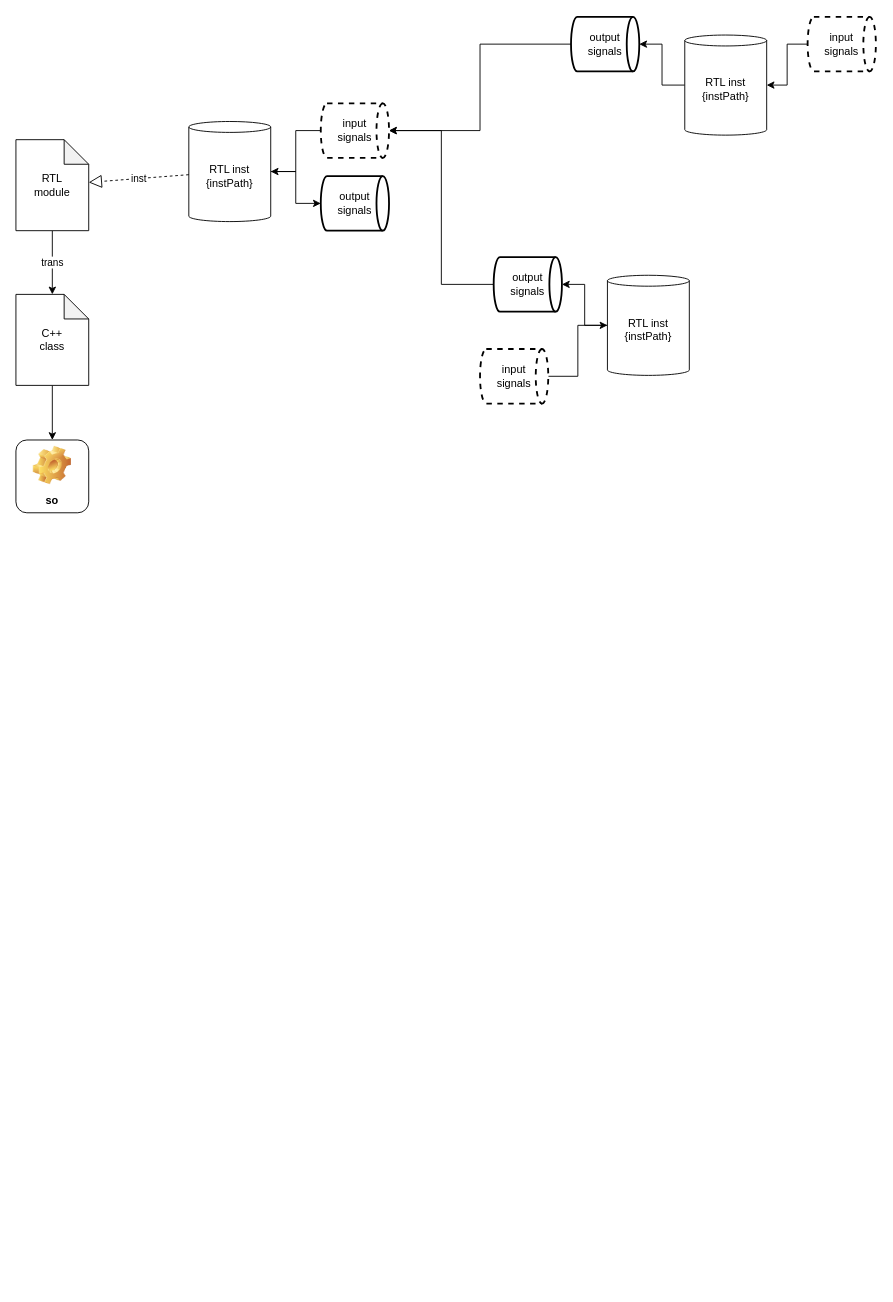
Before: page "第 2 页" (2 of 2) of zolon_schedule.drawio in Dercury/CLDK, a draw.io diagram. Source tidied: cells renumbered, new cells numbered last; positions are measured from the earlier drawing's top-left corner, leaving out a move shared by most shapes. Both pictures are drawn from the tidied source at 91%, with x=0, y=0 at pixel (15, 16).
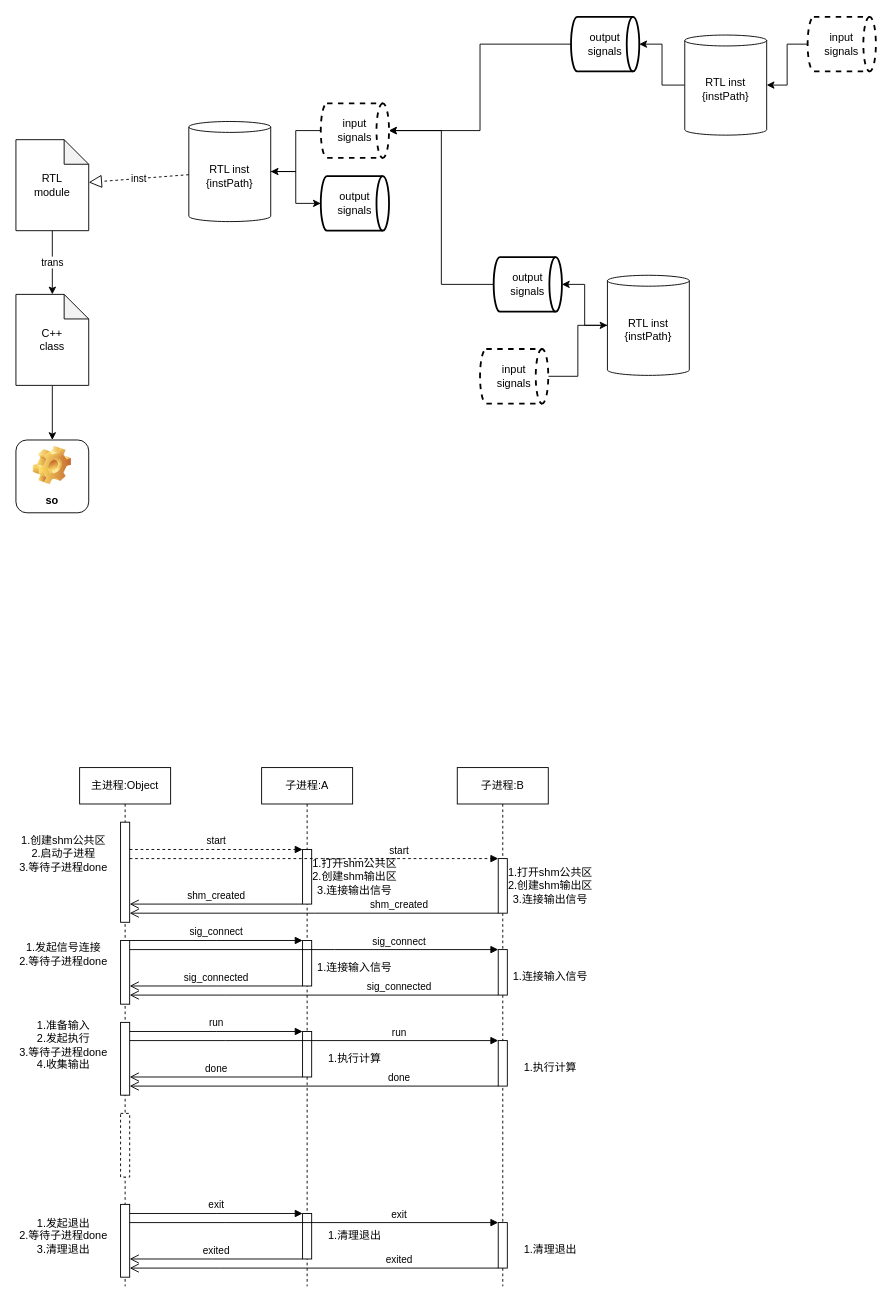
After the change.

Change to the diagram source:
```diff
@@
+    <mxCell id="25" value="主进程:Object" style="shape=umlLifeline;perimeter=lifelinePerimeter;whiteSpace=wrap;html=1;newEdgeStyle={&quot;edgeStyle&quot;:&quot;elbowEdgeStyle&quot;,&quot;elbow&quot;:&quot;vertical&quot;,&quot;curved&quot;:0,&quot;rounded&quot;:0};" parent="1" vertex="1">
+      <mxGeometry x="70" y="825" width="100" height="570" as="geometry" />
+    </mxCell>
+    <mxCell id="26" style="html=1;points=[];perimeter=orthogonalPerimeter;outlineConnect=0;targetShapes=umlLifeline;portConstraint=eastwest;newEdgeStyle={&quot;edgeStyle&quot;:&quot;elbowEdgeStyle&quot;,&quot;elbow&quot;:&quot;vertical&quot;,&quot;curved&quot;:0,&quot;rounded&quot;:0};" parent="25" vertex="1">
+      <mxGeometry x="45" y="60" width="10" height="110" as="geometry" />
+    </mxCell>
+    <mxCell id="27" style="html=1;points=[];perimeter=orthogonalPerimeter;outlineConnect=0;targetShapes=umlLifeline;portConstraint=eastwest;newEdgeStyle={&quot;edgeStyle&quot;:&quot;elbowEdgeStyle&quot;,&quot;elbow&quot;:&quot;vertical&quot;,&quot;curved&quot;:0,&quot;rounded&quot;:0};" parent="25" vertex="1">
+      <mxGeometry x="45" y="190" width="10" height="70" as="geometry" />
+    </mxCell>
+    <mxCell id="28" style="html=1;points=[];perimeter=orthogonalPerimeter;outlineConnect=0;targetShapes=umlLifeline;portConstraint=eastwest;newEdgeStyle={&quot;edgeStyle&quot;:&quot;elbowEdgeStyle&quot;,&quot;elbow&quot;:&quot;vertical&quot;,&quot;curved&quot;:0,&quot;rounded&quot;:0};" parent="25" vertex="1">
+      <mxGeometry x="45" y="280" width="10" height="80" as="geometry" />
+    </mxCell>
+    <mxCell id="29" style="html=1;perimeter=orthogonalPerimeter;targetShapes=umlLifeline;newEdgeStyle={&quot;edgeStyle&quot;:&quot;elbowEdgeStyle&quot;,&quot;elbow&quot;:&quot;vertical&quot;,&quot;curved&quot;:0,&quot;rounded&quot;:0};dashed=1;" parent="25" vertex="1">
+      <mxGeometry x="45" y="380" width="10" height="70" as="geometry" />
+    </mxCell>
+    <mxCell id="30" style="html=1;points=[];perimeter=orthogonalPerimeter;outlineConnect=0;targetShapes=umlLifeline;portConstraint=eastwest;newEdgeStyle={&quot;edgeStyle&quot;:&quot;elbowEdgeStyle&quot;,&quot;elbow&quot;:&quot;vertical&quot;,&quot;curved&quot;:0,&quot;rounded&quot;:0};" parent="25" vertex="1">
+      <mxGeometry x="45" y="480" width="10" height="80" as="geometry" />
+    </mxCell>
+    <mxCell id="31" value="子进程:A" style="shape=umlLifeline;perimeter=lifelinePerimeter;whiteSpace=wrap;html=1;newEdgeStyle={&quot;edgeStyle&quot;:&quot;elbowEdgeStyle&quot;,&quot;elbow&quot;:&quot;vertical&quot;,&quot;curved&quot;:0,&quot;rounded&quot;:0};" parent="1" vertex="1">
+      <mxGeometry x="270" y="825" width="100" height="570" as="geometry" />
+    </mxCell>
+    <mxCell id="32" style="html=1;points=[];perimeter=orthogonalPerimeter;outlineConnect=0;targetShapes=umlLifeline;portConstraint=eastwest;newEdgeStyle={&quot;edgeStyle&quot;:&quot;elbowEdgeStyle&quot;,&quot;elbow&quot;:&quot;vertical&quot;,&quot;curved&quot;:0,&quot;rounded&quot;:0};" parent="31" vertex="1">
+      <mxGeometry x="45" y="90" width="10" height="60" as="geometry" />
+    </mxCell>
+    <mxCell id="33" style="html=1;points=[];perimeter=orthogonalPerimeter;outlineConnect=0;targetShapes=umlLifeline;portConstraint=eastwest;newEdgeStyle={&quot;edgeStyle&quot;:&quot;elbowEdgeStyle&quot;,&quot;elbow&quot;:&quot;vertical&quot;,&quot;curved&quot;:0,&quot;rounded&quot;:0};" parent="31" vertex="1">
+      <mxGeometry x="45" y="190" width="10" height="50" as="geometry" />
+    </mxCell>
+    <mxCell id="34" style="html=1;points=[];perimeter=orthogonalPerimeter;outlineConnect=0;targetShapes=umlLifeline;portConstraint=eastwest;newEdgeStyle={&quot;edgeStyle&quot;:&quot;elbowEdgeStyle&quot;,&quot;elbow&quot;:&quot;vertical&quot;,&quot;curved&quot;:0,&quot;rounded&quot;:0};" parent="31" vertex="1">
+      <mxGeometry x="45" y="290" width="10" height="50" as="geometry" />
+    </mxCell>
+    <mxCell id="35" style="html=1;points=[];perimeter=orthogonalPerimeter;outlineConnect=0;targetShapes=umlLifeline;portConstraint=eastwest;newEdgeStyle={&quot;edgeStyle&quot;:&quot;elbowEdgeStyle&quot;,&quot;elbow&quot;:&quot;vertical&quot;,&quot;curved&quot;:0,&quot;rounded&quot;:0};" parent="31" vertex="1">
+      <mxGeometry x="45" y="490" width="10" height="50" as="geometry" />
+    </mxCell>
+    <mxCell id="36" value="子进程:B" style="shape=umlLifeline;perimeter=lifelinePerimeter;whiteSpace=wrap;html=1;newEdgeStyle={&quot;edgeStyle&quot;:&quot;elbowEdgeStyle&quot;,&quot;elbow&quot;:&quot;vertical&quot;,&quot;curved&quot;:0,&quot;rounded&quot;:0};" parent="1" vertex="1">
+      <mxGeometry x="485" y="825" width="100" height="570" as="geometry" />
+    </mxCell>
+    <mxCell id="37" style="html=1;points=[];perimeter=orthogonalPerimeter;outlineConnect=0;targetShapes=umlLifeline;portConstraint=eastwest;newEdgeStyle={&quot;edgeStyle&quot;:&quot;elbowEdgeStyle&quot;,&quot;elbow&quot;:&quot;vertical&quot;,&quot;curved&quot;:0,&quot;rounded&quot;:0};" parent="36" vertex="1">
+      <mxGeometry x="45" y="100" width="10" height="60" as="geometry" />
+    </mxCell>
+    <mxCell id="38" style="html=1;points=[];perimeter=orthogonalPerimeter;outlineConnect=0;targetShapes=umlLifeline;portConstraint=eastwest;newEdgeStyle={&quot;edgeStyle&quot;:&quot;elbowEdgeStyle&quot;,&quot;elbow&quot;:&quot;vertical&quot;,&quot;curved&quot;:0,&quot;rounded&quot;:0};" parent="36" vertex="1">
+      <mxGeometry x="45" y="200" width="10" height="50" as="geometry" />
+    </mxCell>
+    <mxCell id="39" style="html=1;points=[];perimeter=orthogonalPerimeter;outlineConnect=0;targetShapes=umlLifeline;portConstraint=eastwest;newEdgeStyle={&quot;edgeStyle&quot;:&quot;elbowEdgeStyle&quot;,&quot;elbow&quot;:&quot;vertical&quot;,&quot;curved&quot;:0,&quot;rounded&quot;:0};" parent="36" vertex="1">
+      <mxGeometry x="45" y="300" width="10" height="50" as="geometry" />
+    </mxCell>
+    <mxCell id="40" style="html=1;points=[];perimeter=orthogonalPerimeter;outlineConnect=0;targetShapes=umlLifeline;portConstraint=eastwest;newEdgeStyle={&quot;edgeStyle&quot;:&quot;elbowEdgeStyle&quot;,&quot;elbow&quot;:&quot;vertical&quot;,&quot;curved&quot;:0,&quot;rounded&quot;:0};" parent="36" vertex="1">
+      <mxGeometry x="45" y="500" width="10" height="50" as="geometry" />
+    </mxCell>
+    <mxCell id="41" value="start" style="html=1;verticalAlign=bottom;endArrow=block;edgeStyle=elbowEdgeStyle;elbow=vertical;curved=0;rounded=0;dashed=1;" parent="1" edge="1" source="26" target="32">
+      <mxGeometry relative="1" as="geometry">
+        <Array as="points">
+          <mxPoint x="220" y="915" />
+        </Array>
+      </mxGeometry>
+    </mxCell>
+    <mxCell id="42" value="shm_created" style="html=1;verticalAlign=bottom;endArrow=open;endSize=8;edgeStyle=elbowEdgeStyle;elbow=vertical;curved=0;rounded=0;" parent="1" edge="1" source="32" target="26">
+      <mxGeometry relative="1" as="geometry">
+        <Array as="points">
+          <mxPoint x="220" y="975" />
+        </Array>
+      </mxGeometry>
+    </mxCell>
+    <mxCell id="43" value="1.创建shm公共区&lt;br&gt;2.启动子进程&lt;br&gt;3.等待子进程done" style="text;html=1;strokeColor=none;fillColor=none;align=center;verticalAlign=middle;whiteSpace=wrap;rounded=0;" parent="1" vertex="1">
+      <mxGeometry y="895" width="105" height="50" as="geometry" />
+    </mxCell>
+    <mxCell id="44" value="start" style="html=1;verticalAlign=bottom;endArrow=block;edgeStyle=elbowEdgeStyle;elbow=vertical;curved=0;rounded=0;dashed=1;" parent="1" edge="1" source="26" target="37">
+      <mxGeometry x="0.46" relative="1" as="geometry">
+        <Array as="points">
+          <mxPoint x="330" y="925" />
+        </Array>
+      </mxGeometry>
+    </mxCell>
+    <mxCell id="45" value="1.打开shm公共区&lt;br&gt;2.创建shm输出区&lt;br&gt;3.连接输出信号" style="text;html=1;strokeColor=none;fillColor=none;align=center;verticalAlign=middle;whiteSpace=wrap;rounded=0;" parent="1" vertex="1">
+      <mxGeometry x="325" y="925" width="95" height="40" as="geometry" />
+    </mxCell>
+    <mxCell id="46" value="1.打开shm公共区&lt;br&gt;2.创建shm输出区&lt;br&gt;3.连接输出信号" style="text;html=1;strokeColor=none;fillColor=none;align=center;verticalAlign=middle;whiteSpace=wrap;rounded=0;" parent="1" vertex="1">
+      <mxGeometry x="540" y="935" width="95" height="40" as="geometry" />
+    </mxCell>
+    <mxCell id="47" value="shm_created" style="html=1;verticalAlign=bottom;endArrow=open;endSize=8;edgeStyle=elbowEdgeStyle;elbow=vertical;curved=0;rounded=0;" parent="1" edge="1" source="37" target="26">
+      <mxGeometry x="-0.46" relative="1" as="geometry">
+        <Array as="points">
+          <mxPoint x="328" y="985" />
+        </Array>
+      </mxGeometry>
+    </mxCell>
+    <mxCell id="48" value="1.发起信号连接&lt;br&gt;2.等待子进程done" style="text;html=1;strokeColor=none;fillColor=none;align=center;verticalAlign=middle;whiteSpace=wrap;rounded=0;" parent="1" vertex="1">
+      <mxGeometry y="1005" width="105" height="50" as="geometry" />
+    </mxCell>
+    <mxCell id="49" value="sig_connect" style="html=1;verticalAlign=bottom;endArrow=block;edgeStyle=elbowEdgeStyle;elbow=vertical;curved=0;rounded=0;" parent="1" edge="1" source="27" target="33">
+      <mxGeometry relative="1" as="geometry">
+        <Array as="points">
+          <mxPoint x="220" y="1015" />
+        </Array>
+      </mxGeometry>
+    </mxCell>
+    <mxCell id="50" value="sig_connect" style="html=1;verticalAlign=bottom;endArrow=block;edgeStyle=elbowEdgeStyle;elbow=vertical;curved=0;rounded=0;" parent="1" edge="1" source="27" target="38">
+      <mxGeometry x="0.46" relative="1" as="geometry">
+        <Array as="points">
+          <mxPoint x="350" y="1025" />
+          <mxPoint x="120" y="1035" />
+        </Array>
+      </mxGeometry>
+    </mxCell>
+    <mxCell id="51" value="1.连接输入信号" style="text;html=1;strokeColor=none;fillColor=none;align=center;verticalAlign=middle;whiteSpace=wrap;rounded=0;" parent="1" vertex="1">
+      <mxGeometry x="325" y="1025" width="95" height="40" as="geometry" />
+    </mxCell>
+    <mxCell id="52" value="1.连接输入信号" style="text;html=1;strokeColor=none;fillColor=none;align=center;verticalAlign=middle;whiteSpace=wrap;rounded=0;" parent="1" vertex="1">
+      <mxGeometry x="540" y="1035" width="95" height="40" as="geometry" />
+    </mxCell>
+    <mxCell id="53" value="sig_connected" style="html=1;verticalAlign=bottom;endArrow=open;endSize=8;edgeStyle=elbowEdgeStyle;elbow=vertical;curved=0;rounded=0;" parent="1" edge="1" source="33" target="27">
+      <mxGeometry relative="1" as="geometry">
+        <Array as="points">
+          <mxPoint x="220" y="1065" />
+        </Array>
+      </mxGeometry>
+    </mxCell>
+    <mxCell id="54" value="sig_connected" style="html=1;verticalAlign=bottom;endArrow=open;endSize=8;edgeStyle=elbowEdgeStyle;elbow=vertical;curved=0;rounded=0;" parent="1" edge="1" source="38" target="27">
+      <mxGeometry x="-0.46" relative="1" as="geometry">
+        <Array as="points">
+          <mxPoint x="230" y="1075" />
+        </Array>
+      </mxGeometry>
+    </mxCell>
+    <mxCell id="55" value="1.准备输入&lt;br&gt;2.发起执行&lt;br&gt;3.等待子进程done&lt;br&gt;4.收集输出" style="text;html=1;strokeColor=none;fillColor=none;align=center;verticalAlign=middle;whiteSpace=wrap;rounded=0;" parent="1" vertex="1">
+      <mxGeometry y="1105" width="105" height="50" as="geometry" />
+    </mxCell>
+    <mxCell id="56" value="run" style="html=1;verticalAlign=bottom;endArrow=block;edgeStyle=elbowEdgeStyle;elbow=vertical;curved=0;rounded=0;" parent="1" edge="1" source="28" target="34">
+      <mxGeometry relative="1" as="geometry">
+        <Array as="points">
+          <mxPoint x="220" y="1115" />
+          <mxPoint x="225" y="1129.8" />
+        </Array>
+      </mxGeometry>
+    </mxCell>
+    <mxCell id="57" value="run" style="html=1;verticalAlign=bottom;endArrow=block;edgeStyle=elbowEdgeStyle;elbow=vertical;curved=0;rounded=0;" parent="1" edge="1" source="28" target="39">
+      <mxGeometry x="0.46" relative="1" as="geometry">
+        <Array as="points">
+          <mxPoint x="230" y="1125" />
+          <mxPoint x="235" y="1139.8" />
+        </Array>
+      </mxGeometry>
+    </mxCell>
+    <mxCell id="58" value="1.执行计算" style="text;html=1;strokeColor=none;fillColor=none;align=center;verticalAlign=middle;whiteSpace=wrap;rounded=0;" parent="1" vertex="1">
+      <mxGeometry x="325" y="1125" width="95" height="40" as="geometry" />
+    </mxCell>
+    <mxCell id="59" value="1.执行计算" style="text;html=1;strokeColor=none;fillColor=none;align=center;verticalAlign=middle;whiteSpace=wrap;rounded=0;" parent="1" vertex="1">
+      <mxGeometry x="540" y="1135" width="95" height="40" as="geometry" />
+    </mxCell>
+    <mxCell id="60" value="done" style="html=1;verticalAlign=bottom;endArrow=open;endSize=8;edgeStyle=elbowEdgeStyle;elbow=vertical;curved=0;rounded=0;" parent="1" edge="1" source="39" target="28">
+      <mxGeometry x="-0.46" relative="1" as="geometry">
+        <Array as="points">
+          <mxPoint x="429" y="1175" />
+        </Array>
+      </mxGeometry>
+    </mxCell>
+    <mxCell id="61" value="done" style="html=1;verticalAlign=bottom;endArrow=open;endSize=8;edgeStyle=elbowEdgeStyle;elbow=vertical;curved=0;rounded=0;" parent="1" edge="1" source="34" target="28">
+      <mxGeometry relative="1" as="geometry">
+        <Array as="points">
+          <mxPoint x="220" y="1165" />
+        </Array>
+      </mxGeometry>
+    </mxCell>
+    <mxCell id="62" value="1.发起退出&lt;br&gt;2.等待子进程done&lt;br&gt;3.清理退出" style="text;html=1;strokeColor=none;fillColor=none;align=center;verticalAlign=middle;whiteSpace=wrap;rounded=0;" parent="1" vertex="1">
+      <mxGeometry y="1315" width="105" height="50" as="geometry" />
+    </mxCell>
+    <mxCell id="63" value="1.清理退出" style="text;html=1;strokeColor=none;fillColor=none;align=center;verticalAlign=middle;whiteSpace=wrap;rounded=0;" parent="1" vertex="1">
+      <mxGeometry x="325" y="1320" width="95" height="40" as="geometry" />
+    </mxCell>
+    <mxCell id="64" value="1.清理退出" style="text;html=1;strokeColor=none;fillColor=none;align=center;verticalAlign=middle;whiteSpace=wrap;rounded=0;" parent="1" vertex="1">
+      <mxGeometry x="540" y="1335" width="95" height="40" as="geometry" />
+    </mxCell>
+    <mxCell id="65" value="exit" style="html=1;verticalAlign=bottom;endArrow=block;edgeStyle=elbowEdgeStyle;elbow=vertical;curved=0;rounded=0;" parent="1" edge="1" source="30" target="35">
+      <mxGeometry relative="1" as="geometry">
+        <Array as="points">
+          <mxPoint x="220" y="1315" />
+          <mxPoint x="230" y="1309.8" />
+        </Array>
+      </mxGeometry>
+    </mxCell>
+    <mxCell id="66" value="exit" style="html=1;verticalAlign=bottom;endArrow=block;edgeStyle=elbowEdgeStyle;elbow=vertical;curved=0;rounded=0;" parent="1" edge="1" source="30" target="40">
+      <mxGeometry x="0.46" relative="1" as="geometry">
+        <Array as="points">
+          <mxPoint x="230" y="1325" />
+          <mxPoint x="240" y="1319.8" />
+        </Array>
+      </mxGeometry>
+    </mxCell>
+    <mxCell id="67" value="exited" style="html=1;verticalAlign=bottom;endArrow=open;endSize=8;edgeStyle=elbowEdgeStyle;elbow=vertical;curved=0;rounded=0;" parent="1" edge="1" source="35" target="30">
+      <mxGeometry relative="1" as="geometry">
+        <Array as="points">
+          <mxPoint x="215" y="1365" />
+        </Array>
+      </mxGeometry>
+    </mxCell>
+    <mxCell id="68" value="exited" style="html=1;verticalAlign=bottom;endArrow=open;endSize=8;edgeStyle=elbowEdgeStyle;elbow=vertical;curved=0;rounded=0;" parent="1" edge="1" source="40" target="30">
+      <mxGeometry x="-0.46" relative="1" as="geometry">
+        <Array as="points">
+          <mxPoint x="225" y="1375" />
+        </Array>
+      </mxGeometry>
+    </mxCell>
```
